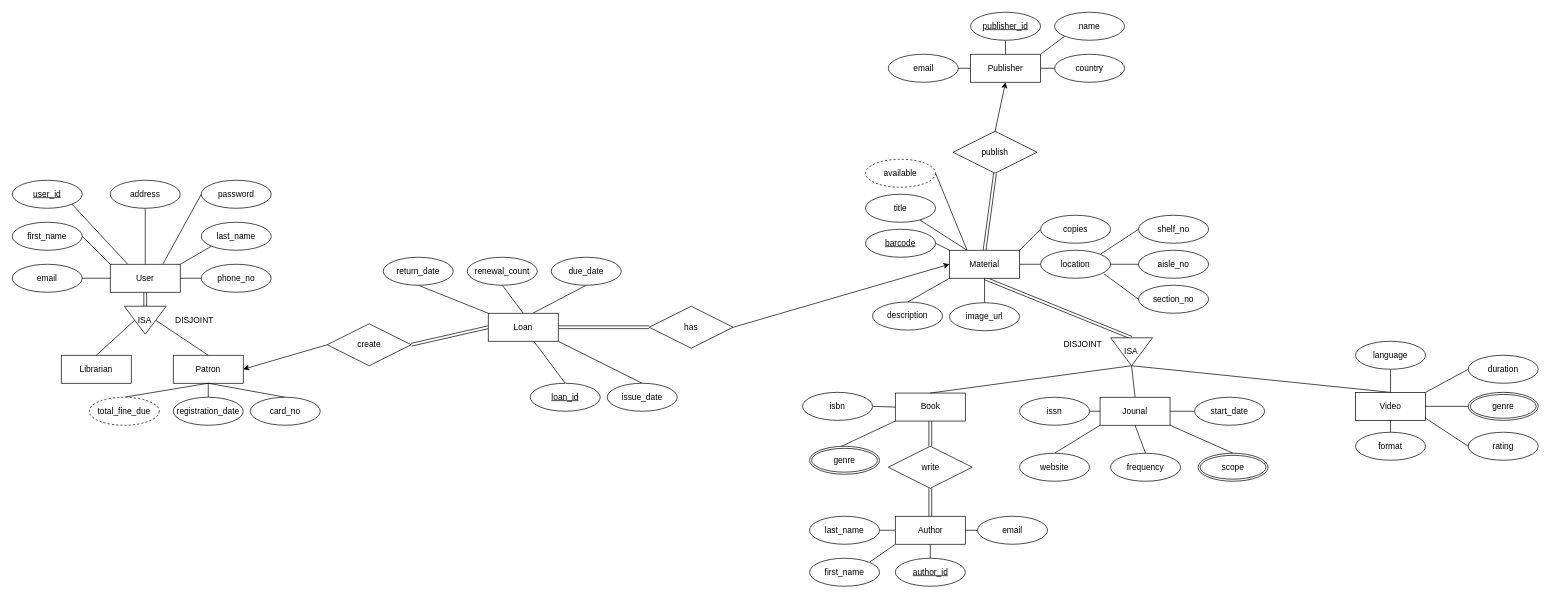
Above: docs/assets/ERD.drawio in creme332/biblionex (draw.io), before the change. Source tidied: cells renumbered, new cells numbered last; positions are measured from the earlier drawing's top-left corner, leaving out a move shared by most shapes. Both pictures are drawn from the tidied source at 70%, with x=0, y=0 at pixel (12, 12).
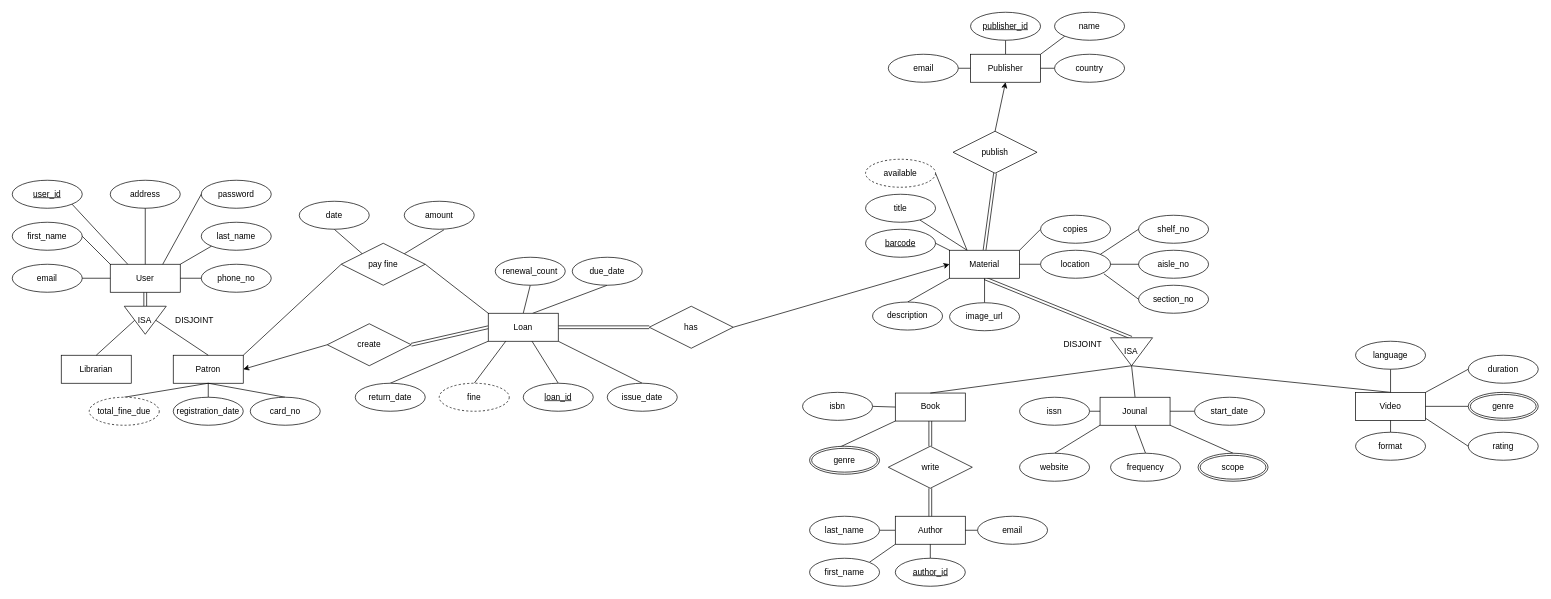
Above is the later version.

Commit message:
add payment of fine

The change refers to these unchanged cells:
```xml
<mxCell id="5" value="Patron" style="whiteSpace=wrap;html=1;align=center;" parent="1" vertex="1">
  <mxGeometry x="230" y="490" width="100" height="40" as="geometry" />
</mxCell>
<mxCell id="120" value="Loan" style="whiteSpace=wrap;html=1;align=center;" parent="1" vertex="1">
  <mxGeometry x="680" y="430" width="100" height="40" as="geometry" />
</mxCell>
```

Change to the diagram source:
```diff
@@
     <mxCell id="60" value="renewal_count" style="ellipse;whiteSpace=wrap;html=1;align=center;" parent="1" vertex="1">
-      <mxGeometry x="650" y="350" width="100" height="40" as="geometry" />
+      <mxGeometry x="690" y="350" width="100" height="40" as="geometry" />
     </mxCell>
@@
     <mxCell id="62" value="due_date" style="ellipse;whiteSpace=wrap;html=1;align=center;" parent="1" vertex="1">
-      <mxGeometry x="770" y="350" width="100" height="40" as="geometry" />
+      <mxGeometry x="800" y="350" width="100" height="40" as="geometry" />
     </mxCell>
@@
-    <mxCell id="65" style="edgeStyle=none;html=1;exitX=0.5;exitY=1;exitDx=0;exitDy=0;entryX=0;entryY=0;entryDx=0;entryDy=0;endArrow=none;endFill=0;" parent="1" edge="1" source="66" target="120">
+    <mxCell id="65" style="edgeStyle=none;html=1;exitX=0.5;exitY=0;exitDx=0;exitDy=0;entryX=0;entryY=1;entryDx=0;entryDy=0;endArrow=none;endFill=0;" parent="1" edge="1" source="66" target="120">
       <mxGeometry relative="1" as="geometry" />
     </mxCell>
     <mxCell id="66" value="return_date" style="ellipse;whiteSpace=wrap;html=1;align=center;" parent="1" vertex="1">
-      <mxGeometry x="530" y="350" width="100" height="40" as="geometry" />
+      <mxGeometry x="490" y="530" width="100" height="40" as="geometry" />
     </mxCell>
@@
     <mxCell id="122" value="&lt;u&gt;loan_id&lt;/u&gt;" style="ellipse;whiteSpace=wrap;html=1;align=center;" parent="1" vertex="1">
-      <mxGeometry x="740" y="530" width="100" height="40" as="geometry" />
+      <mxGeometry x="730" y="530" width="100" height="40" as="geometry" />
     </mxCell>
@@
+    <mxCell id="129" style="edgeStyle=none;html=1;exitX=0.5;exitY=0;exitDx=0;exitDy=0;entryX=0.25;entryY=1;entryDx=0;entryDy=0;endArrow=none;endFill=0;" parent="1" edge="1" source="130" target="120">
+      <mxGeometry relative="1" as="geometry" />
+    </mxCell>
+    <mxCell id="130" value="fine" style="ellipse;whiteSpace=wrap;html=1;align=center;dashed=1;" parent="1" vertex="1">
+      <mxGeometry x="610" y="530" width="100" height="40" as="geometry" />
+    </mxCell>
+    <mxCell id="131" style="edgeStyle=none;html=1;exitX=1;exitY=0.5;exitDx=0;exitDy=0;endArrow=none;endFill=0;" parent="1" edge="1" source="135">
+      <mxGeometry relative="1" as="geometry">
+        <mxPoint x="680" y="430" as="targetPoint" />
+      </mxGeometry>
+    </mxCell>
+    <mxCell id="132" style="edgeStyle=none;html=1;exitX=0;exitY=0.5;exitDx=0;exitDy=0;entryX=1;entryY=0;entryDx=0;entryDy=0;endArrow=none;endFill=0;" parent="1" edge="1" source="135" target="5">
+      <mxGeometry relative="1" as="geometry" />
+    </mxCell>
+    <mxCell id="133" style="edgeStyle=none;html=1;exitX=0;exitY=0;exitDx=0;exitDy=0;entryX=0.5;entryY=1;entryDx=0;entryDy=0;endArrow=none;endFill=0;" parent="1" edge="1" source="135" target="136">
+      <mxGeometry relative="1" as="geometry" />
+    </mxCell>
+    <mxCell id="134" style="edgeStyle=none;html=1;exitX=1;exitY=0;exitDx=0;exitDy=0;entryX=0.567;entryY=1.021;entryDx=0;entryDy=0;entryPerimeter=0;endArrow=none;endFill=0;" parent="1" edge="1" source="135" target="137">
+      <mxGeometry relative="1" as="geometry" />
+    </mxCell>
+    <mxCell id="135" value="pay fine" style="shape=rhombus;perimeter=rhombusPerimeter;whiteSpace=wrap;html=1;align=center;" parent="1" vertex="1">
+      <mxGeometry x="470" y="330" width="120" height="60" as="geometry" />
+    </mxCell>
+    <mxCell id="136" value="date" style="ellipse;whiteSpace=wrap;html=1;align=center;" parent="1" vertex="1">
+      <mxGeometry x="410" y="270" width="100" height="40" as="geometry" />
+    </mxCell>
+    <mxCell id="137" value="amount" style="ellipse;whiteSpace=wrap;html=1;align=center;" parent="1" vertex="1">
+      <mxGeometry x="560" y="270" width="100" height="40" as="geometry" />
+    </mxCell>
```
